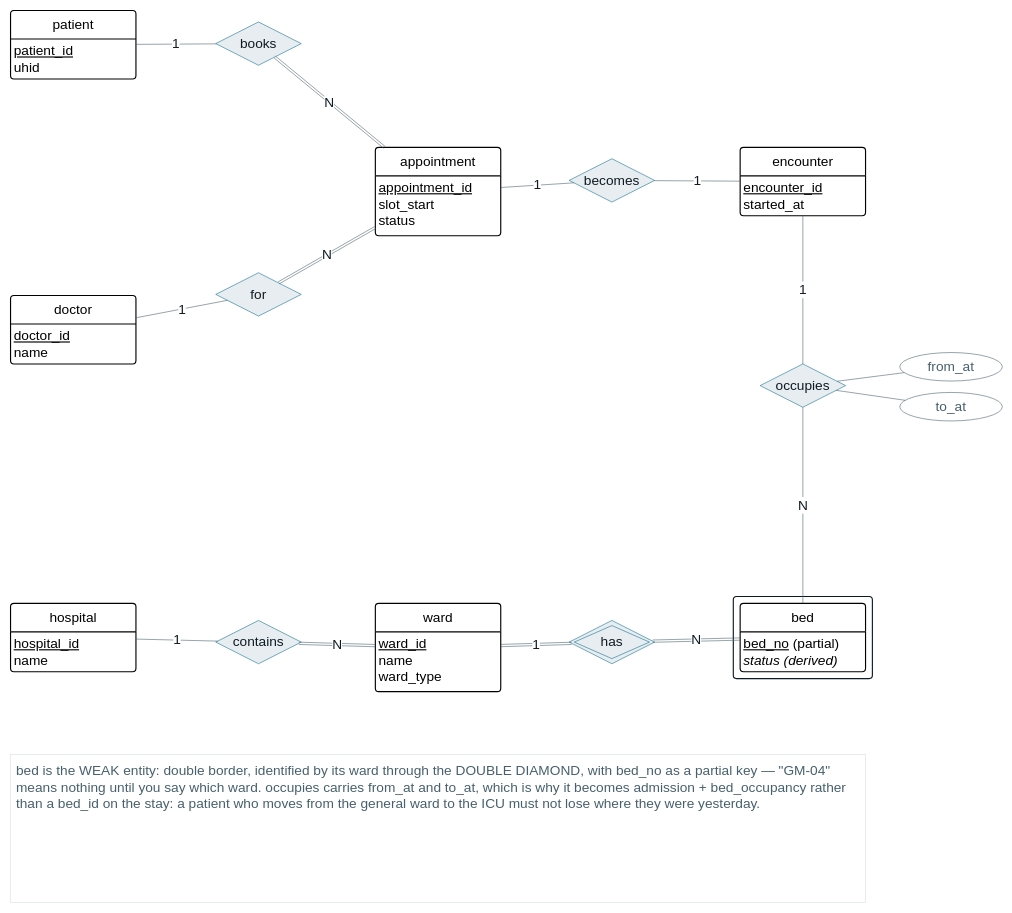
This is page "3 · Appointments & beds" (3 of 6) of docs/er-diagrams/uhid-er-chen-boxed.drawio from NoboIshraque/hospital-management-system, a draw.io file, before an edit. Source tidied: cells renumbered, new cells numbered last; positions are measured from the earlier drawing's top-left corner, leaving out a move shared by most shapes. Both pictures are drawn from the tidied source at 57%, with x=0, y=0 at pixel (10, 10).
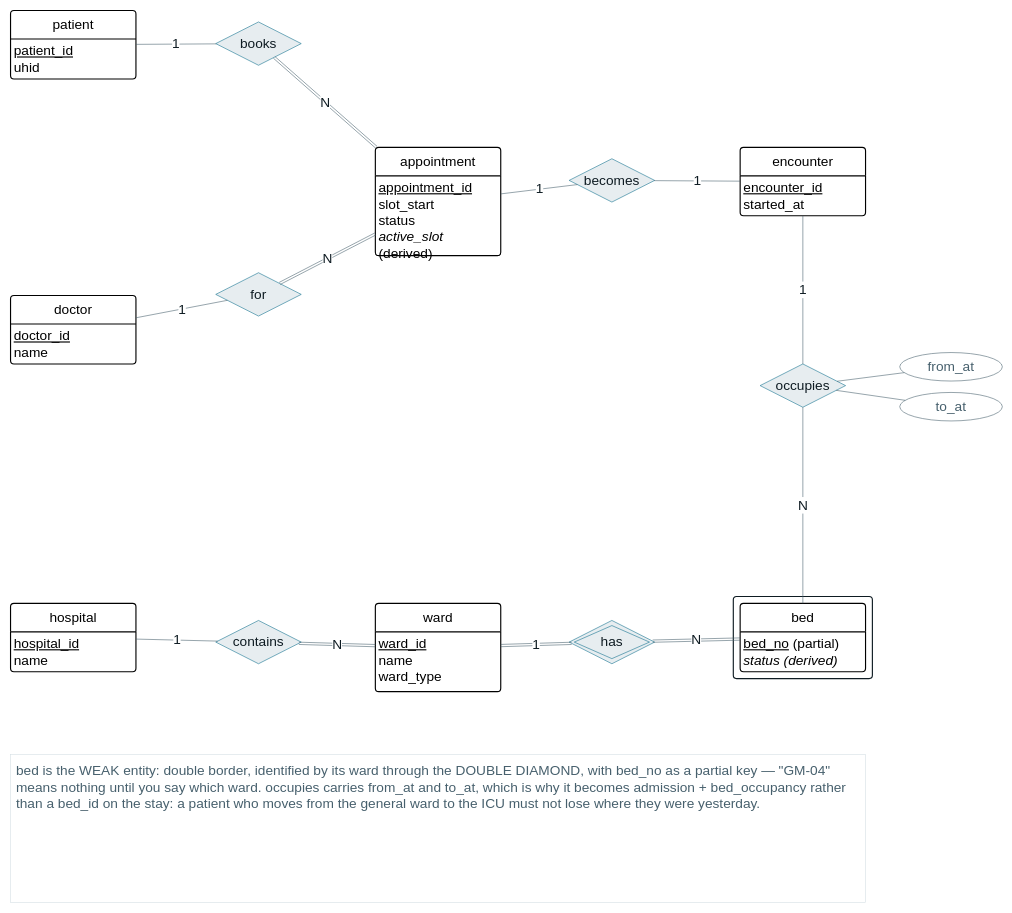
The same diagram, later.

Change to the diagram source:
```diff
@@
     <mxCell id="6" value="appointment" style="swimlane;horizontal=1;startSize=50;rounded=1;fontSize=24;fontStyle=0;strokeWidth=2;shadow=0;dashed=0;align=center;arcSize=4;whiteSpace=wrap;html=1;" parent="1" vertex="1">
-      <mxGeometry x="640" y="240" width="220" height="155" as="geometry" />
+      <mxGeometry x="640" y="240" width="220" height="190" as="geometry" />
     </mxCell>
-    <mxCell id="7" value="&lt;u&gt;appointment_id&lt;/u&gt;&lt;div&gt;slot_start&lt;/div&gt;&lt;div&gt;status&lt;/div&gt;" style="align=left;strokeColor=none;fillColor=none;spacingLeft=4;spacingRight=4;fontSize=24;verticalAlign=top;html=1;whiteSpace=wrap;" parent="6" vertex="1">
-      <mxGeometry y="50" width="220" height="105" as="geometry" />
+    <mxCell id="7" value="&lt;u&gt;appointment_id&lt;/u&gt;&lt;div&gt;slot_start&lt;/div&gt;&lt;div&gt;status&lt;/div&gt;&lt;div&gt;&lt;i&gt;active_slot&lt;/i&gt; (derived)&lt;/div&gt;" style="align=left;strokeColor=none;fillColor=none;spacingLeft=4;spacingRight=4;fontSize=24;verticalAlign=top;html=1;whiteSpace=wrap;" parent="6" vertex="1">
+      <mxGeometry y="50" width="220" height="140" as="geometry" />
     </mxCell>
```
